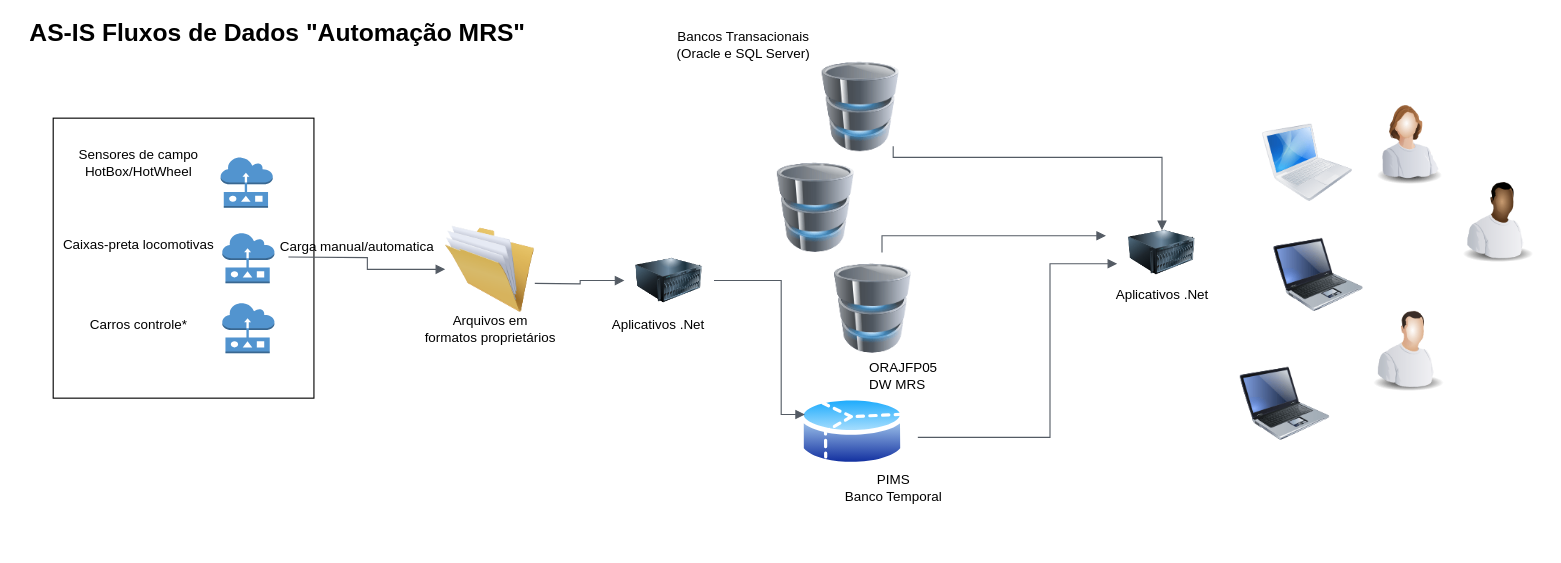
Above: as_is_AUTOMACAO.drawio in rafaelr00/arquitetura (draw.io), before the change. Source tidied: cells renumbered, new cells numbered last; positions are measured from the earlier drawing's top-left corner, leaving out a move shared by most shapes. Both pictures are drawn from the tidied source at 112%, with x=0, y=0 at pixel (19, 22). Pictures stored in the file or linked from it are replaced by grey dashed boxes.
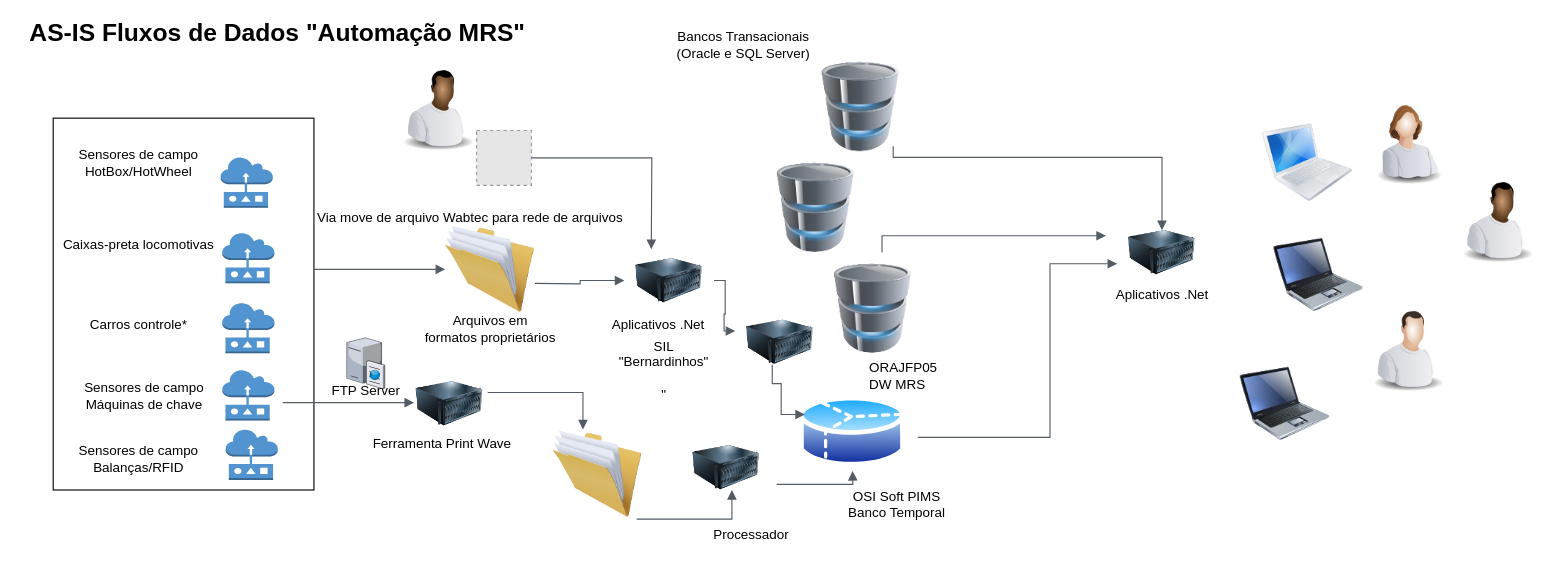
The same page after the edit.

The change refers to these unchanged cells:
```xml
<mxCell id="8" style="image;html=1;labelBackgroundColor=#ffffff;image=img/lib/clip_art/computers/Server_128x128.png;align=left;" parent="1" vertex="1">
  <mxGeometry x="540" y="210" width="80" height="40" as="geometry" />
</mxCell>
<mxCell id="9" style="image;html=1;labelBackgroundColor=#ffffff;image=img/lib/clip_art/general/Full_Folder_128x128.png;align=left;" parent="1" vertex="1">
  <mxGeometry x="380" y="180" width="80" height="80" as="geometry" />
</mxCell>
<mxCell id="22" style="perimeter=ellipsePerimeter;html=1;align=center;shadow=0;dashed=0;spacingTop=3;image;image=img/lib/active_directory/database_partition_3.svg;" parent="1" vertex="1">
  <mxGeometry x="696.4" y="330" width="94.6" height="70" as="geometry" />
</mxCell>
```

The edit, as a diff of the source:
```diff
@@
     <mxCell id="2" style="rounded=0;whiteSpace=wrap;html=1;align=left;" parent="1" vertex="1">
-      <mxGeometry x="30" y="85" width="232.8" height="250" as="geometry" />
+      <mxGeometry x="30" y="85" width="232.8" height="332" as="geometry" />
     </mxCell>
@@
-    <mxCell id="16" style="edgeStyle=orthogonalEdgeStyle;html=1;endArrow=block;elbow=vertical;startArrow=none;endFill=1;strokeColor=#545B64;rounded=0;align=left;" parent="1" edge="1" target="9">
-      <mxGeometry relative="1" as="geometry">
-        <mxPoint x="240" y="209" as="sourcePoint" />
-      </mxGeometry>
-    </mxCell>
@@
-    <mxCell id="18" value="Carga manual/automatica" style="text;html=1;align=center;verticalAlign=middle;fillColor=none;strokeColor=none;rounded=0;" parent="1" vertex="1">
-      <mxGeometry x="226" y="190" width="150" height="20" as="geometry" />
-    </mxCell>
@@
-    <mxCell id="23" value="PIMS&lt;br&gt;Banco Temporal" style="text;html=1;align=center;verticalAlign=middle;fillColor=none;strokeColor=none;rounded=0;" parent="1" vertex="1">
-      <mxGeometry x="730" y="400" width="100" height="30" as="geometry" />
+    <mxCell id="23" value="OSI Soft PIMS&lt;br&gt;Banco Temporal" style="text;html=1;align=center;verticalAlign=middle;fillColor=none;strokeColor=none;rounded=0;" parent="1" vertex="1">
+      <mxGeometry x="734" y="414" width="97" height="32" as="geometry" />
     </mxCell>
-    <mxCell id="24" style="edgeStyle=orthogonalEdgeStyle;html=1;endArrow=block;elbow=vertical;startArrow=none;endFill=1;strokeColor=#545B64;rounded=0;align=left;entryX=0;entryY=0.25;entryDx=0;entryDy=0;" parent="1" edge="1" source="8" target="22">
+    <mxCell id="24" style="edgeStyle=orthogonalEdgeStyle;html=1;endArrow=block;elbow=vertical;startArrow=none;endFill=1;strokeColor=#545B64;rounded=0;align=left;entryX=0;entryY=0.25;entryDx=0;entryDy=0;" parent="1" edge="1" source="46" target="22">
       <mxGeometry relative="1" as="geometry">
         <Array as="points">
-          <mxPoint x="680" y="230" />
+          <mxPoint x="672" y="322" />
+          <mxPoint x="680" y="322" />
           <mxPoint x="680" y="350" />
         </Array>
       </mxGeometry>
     </mxCell>
@@
+    <mxCell id="36" style="dashed=0;verticalLabelPosition=bottom;verticalAlign=top;align=center;html=1;shape=mxgraph.aws3.sensor;fillColor=#5294CF;gradientColor=none;" parent="1" vertex="1">
+      <mxGeometry x="181" y="310" width="46.5" height="45" as="geometry" />
+    </mxCell>
+    <mxCell id="37" value="Sensores de campo&lt;br&gt;Máquinas de chave&lt;br&gt;" style="text;html=1;align=center;verticalAlign=middle;fillColor=none;strokeColor=none;rounded=0;" parent="1" vertex="1">
+      <mxGeometry x="52" y="317" width="117" height="32" as="geometry" />
+    </mxCell>
+    <mxCell id="38" style="dashed=0;verticalLabelPosition=bottom;verticalAlign=top;align=center;html=1;shape=mxgraph.aws3.sensor;fillColor=#5294CF;gradientColor=none;" parent="1" vertex="1">
+      <mxGeometry x="184" y="363" width="46.5" height="45" as="geometry" />
+    </mxCell>
+    <mxCell id="39" value="Sensores de campo&lt;br&gt;Balanças/RFID" style="text;html=1;align=center;verticalAlign=middle;fillColor=none;strokeColor=none;rounded=0;" parent="1" vertex="1">
+      <mxGeometry x="47.5" y="373" width="117" height="32" as="geometry" />
+    </mxCell>
+    <mxCell id="40" value="SIL &lt;br&gt;&quot;Bernardinhos&quot;&lt;br&gt;&lt;br&gt;&quot;" style="text;html=1;align=center;verticalAlign=middle;fillColor=none;strokeColor=none;rounded=0;" parent="1" vertex="1">
+      <mxGeometry x="530" y="280" width="90" height="60" as="geometry" />
+    </mxCell>
+    <mxCell id="41" style="image;html=1;labelBackgroundColor=#ffffff;image=img/lib/clip_art/people/Worker_Black_128x128.png;align=left;" parent="1" vertex="1">
+      <mxGeometry x="334" y="35" width="80" height="80" as="geometry" />
+    </mxCell>
+    <mxCell id="42" style="fillColor=#E6E6E6;strokeColor=#999999;dashed=1;html=1;verticalAlign=top;verticalLabelPosition=bottom;labelBackgroundColor=#ffffff;" parent="1" vertex="1">
+      <mxGeometry x="408" y="96" width="49" height="49" as="geometry" />
+    </mxCell>
+    <mxCell id="43" style="edgeStyle=orthogonalEdgeStyle;html=1;endArrow=block;elbow=vertical;startArrow=none;endFill=1;strokeColor=#545B64;rounded=0;align=left;exitX=1;exitY=0.5;exitDx=0;exitDy=0;" parent="1" edge="1" source="42">
+      <mxGeometry relative="1" as="geometry">
+        <mxPoint x="564" y="202" as="targetPoint" />
+      </mxGeometry>
+    </mxCell>
+    <mxCell id="44" style="edgeStyle=orthogonalEdgeStyle;html=1;endArrow=block;elbow=vertical;startArrow=none;endFill=1;strokeColor=#545B64;rounded=0;align=left;" parent="1" edge="1" source="2" target="9">
+      <mxGeometry relative="1" as="geometry">
+        <Array as="points">
+          <mxPoint x="287" y="220" />
+          <mxPoint x="287" y="220" />
+        </Array>
+      </mxGeometry>
+    </mxCell>
+    <mxCell id="45" value="Via move de arquivo Wabtec para rede de arquivos" style="text;html=1;align=center;verticalAlign=middle;fillColor=none;strokeColor=none;rounded=0;" parent="1" vertex="1">
+      <mxGeometry x="260" y="165" width="283" height="18" as="geometry" />
+    </mxCell>
+    <mxCell id="46" style="image;html=1;labelBackgroundColor=#ffffff;image=img/lib/clip_art/computers/Server_128x128.png;align=left;" parent="1" vertex="1">
+      <mxGeometry x="639" y="265" width="80" height="40" as="geometry" />
+    </mxCell>
+    <mxCell id="47" style="edgeStyle=orthogonalEdgeStyle;html=1;endArrow=block;elbow=vertical;startArrow=none;endFill=1;strokeColor=#545B64;rounded=0;align=left;entryX=0;entryY=0.25;entryDx=0;entryDy=0;" parent="1" edge="1" source="8" target="46">
+      <mxGeometry relative="1" as="geometry" />
+    </mxCell>
+    <mxCell id="48" style="edgeStyle=orthogonalEdgeStyle;html=1;endArrow=block;elbow=vertical;startArrow=none;endFill=1;strokeColor=#545B64;rounded=0;align=left;" parent="1" edge="1">
+      <mxGeometry relative="1" as="geometry">
+        <mxPoint x="235" y="339" as="sourcePoint" />
+        <mxPoint x="352.2" y="339" as="targetPoint" />
+        <Array as="points">
+          <mxPoint x="259.2" y="339" />
+          <mxPoint x="259.2" y="339" />
+        </Array>
+      </mxGeometry>
+    </mxCell>
+    <mxCell id="49" style="image;html=1;labelBackgroundColor=#ffffff;image=img/lib/clip_art/computers/Server_128x128.png;align=left;" parent="1" vertex="1">
+      <mxGeometry x="344" y="320" width="80" height="40" as="geometry" />
+    </mxCell>
+    <mxCell id="50" value="Ferramenta Print Wave" style="text;html=1;align=center;verticalAlign=middle;fillColor=none;strokeColor=none;rounded=0;" parent="1" vertex="1">
+      <mxGeometry x="310" y="367" width="134" height="18" as="geometry" />
+    </mxCell>
+    <mxCell id="51" style="image;html=1;labelBackgroundColor=#ffffff;image=img/lib/clip_art/computers/Server_128x128.png;align=left;" parent="1" vertex="1">
+      <mxGeometry x="591" y="377" width="80" height="40" as="geometry" />
+    </mxCell>
+    <mxCell id="52" style="image;html=1;labelBackgroundColor=#ffffff;image=img/lib/clip_art/general/Full_Folder_128x128.png;align=left;" parent="1" vertex="1">
+      <mxGeometry x="476" y="363" width="80" height="80" as="geometry" />
+    </mxCell>
+    <mxCell id="53" value="Processador" style="text;html=1;align=center;verticalAlign=middle;fillColor=none;strokeColor=none;rounded=0;" parent="1" vertex="1">
+      <mxGeometry x="614" y="448" width="77" height="18" as="geometry" />
+    </mxCell>
+    <mxCell id="54" style="edgeStyle=orthogonalEdgeStyle;html=1;endArrow=block;elbow=vertical;startArrow=none;endFill=1;strokeColor=#545B64;rounded=0;align=left;" parent="1" edge="1" target="52">
+      <mxGeometry relative="1" as="geometry">
+        <mxPoint x="418" y="330" as="sourcePoint" />
+        <Array as="points">
+          <mxPoint x="503" y="330" />
+        </Array>
+      </mxGeometry>
+    </mxCell>
+    <mxCell id="55" style="edgeStyle=orthogonalEdgeStyle;html=1;endArrow=block;elbow=vertical;startArrow=none;endFill=1;strokeColor=#545B64;rounded=0;align=left;" parent="1" edge="1" target="51">
+      <mxGeometry relative="1" as="geometry">
+        <mxPoint x="551" y="443" as="sourcePoint" />
+        <Array as="points">
+          <mxPoint x="636" y="443" />
+        </Array>
+      </mxGeometry>
+    </mxCell>
+    <mxCell id="56" style="edgeStyle=orthogonalEdgeStyle;html=1;endArrow=block;elbow=vertical;startArrow=none;endFill=1;strokeColor=#545B64;rounded=0;align=left;" parent="1" edge="1" target="22">
+      <mxGeometry relative="1" as="geometry">
+        <mxPoint x="676" y="412" as="sourcePoint" />
+        <Array as="points">
+          <mxPoint x="744" y="412" />
+        </Array>
+      </mxGeometry>
+    </mxCell>
+    <mxCell id="57" style="verticalLabelPosition=bottom;html=1;verticalAlign=top;strokeColor=none;align=center;shape=mxgraph.citrix.ftp_server;" parent="1" vertex="1">
+      <mxGeometry x="292" y="280" width="34" height="46.5" as="geometry" />
+    </mxCell>
+    <mxCell id="58" value="FTP Server" style="text;html=1;align=center;verticalAlign=middle;fillColor=none;strokeColor=none;rounded=0;" parent="1" vertex="1">
+      <mxGeometry x="273.5" y="320" width="71" height="18" as="geometry" />
+    </mxCell>
```
